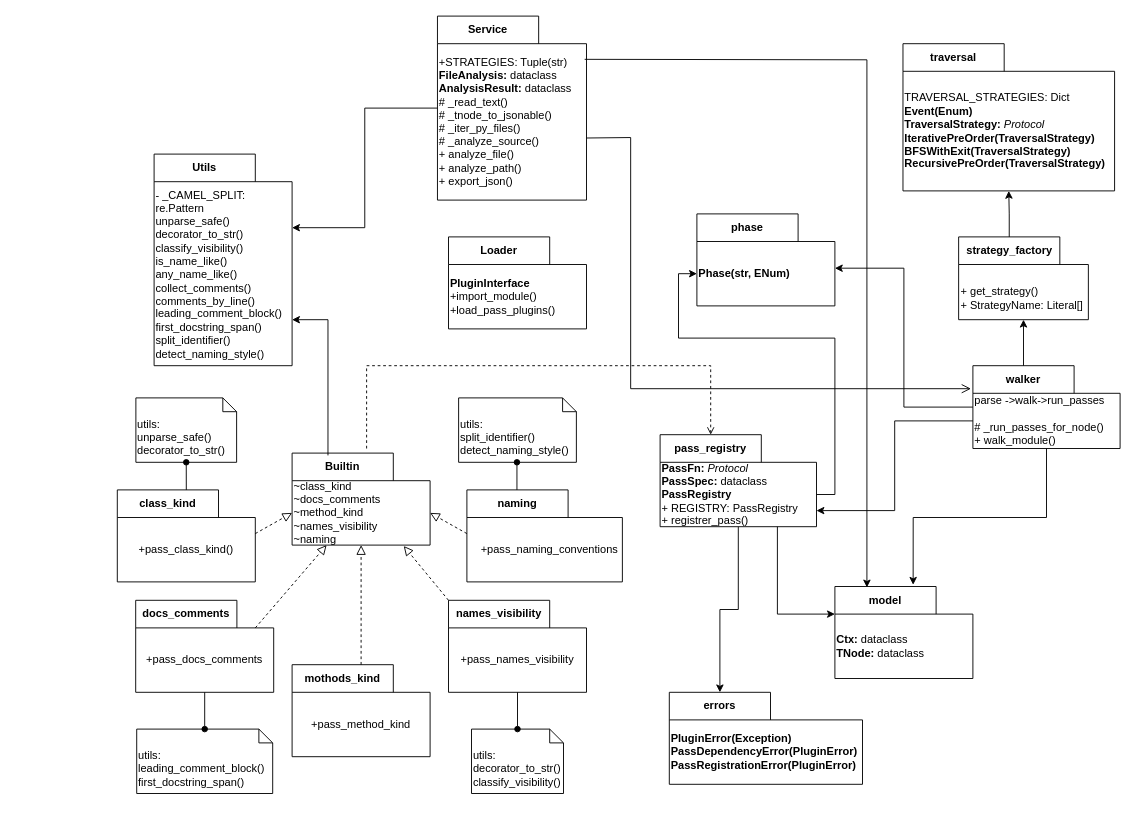
IsabelaYabe/TccLatex keeps this draw.io diagram as page "ast_api_package" (1 of 9) of drawio/AST_Model_Plugins.drawio. Above is the earlier version. Source tidied: cells renumbered, new cells numbered last; positions are measured from the earlier drawing's top-left corner, leaving out a move shared by most shapes. Both pictures are drawn from the tidied source at 92%, with x=0, y=0 at pixel (117, 16).
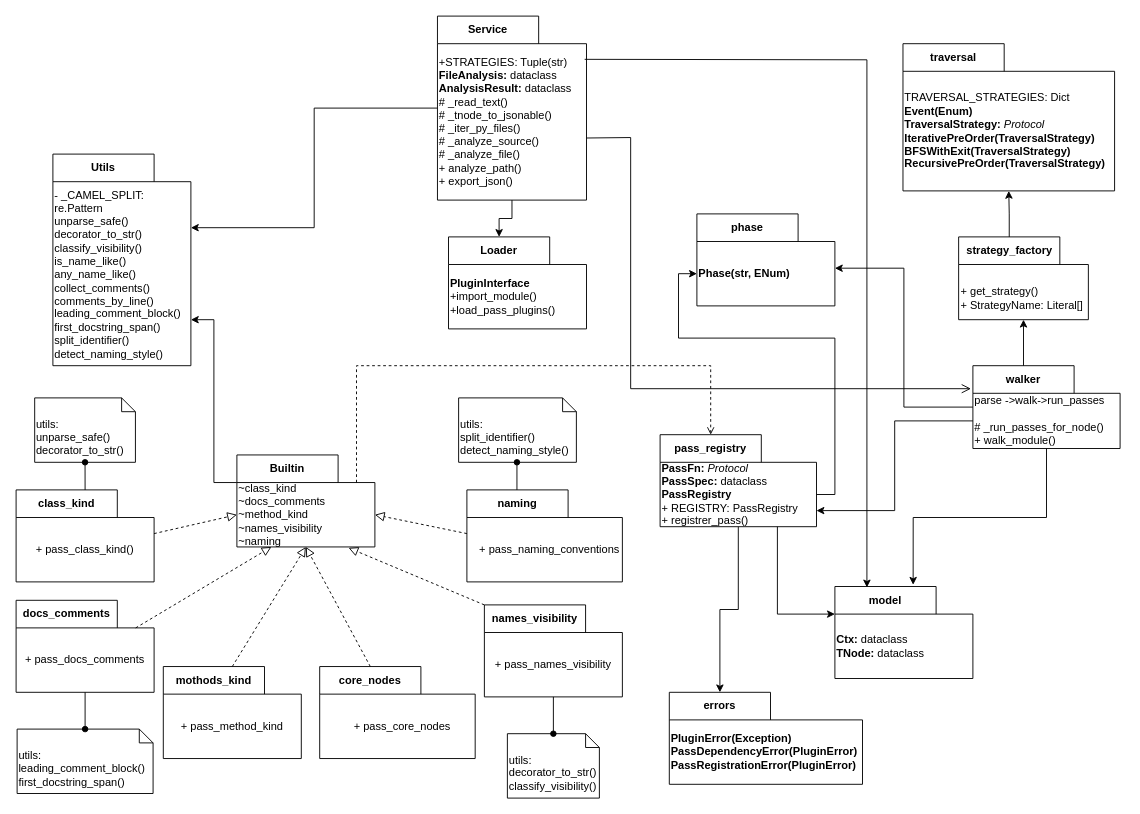
The same page after the edit.

The change refers to these unchanged cells:
```xml
<mxCell id="6" value="pass_registry" style="shape=folder;fontStyle=1;tabWidth=110;tabHeight=30;tabPosition=left;html=1;boundedLbl=1;labelInHeader=1;whiteSpace=wrap;" parent="1" vertex="1">
  <mxGeometry x="590" y="455" width="170" height="100" as="geometry" />
</mxCell>
<mxCell id="24" value="Loader" style="shape=folder;fontStyle=1;tabWidth=110;tabHeight=30;tabPosition=left;html=1;boundedLbl=1;labelInHeader=1;whiteSpace=wrap;" parent="1" vertex="1">
  <mxGeometry x="360" y="240" width="150" height="100" as="geometry" />
</mxCell>
<mxCell id="30" value="&lt;span style=&quot;text-align: left;&quot;&gt;naming&lt;/span&gt;" style="shape=folder;fontStyle=1;tabWidth=110;tabHeight=30;tabPosition=left;html=1;boundedLbl=1;labelInHeader=1;whiteSpace=wrap;" parent="1" vertex="1">
  <mxGeometry x="380" y="515" width="169" height="100" as="geometry" />
</mxCell>
<mxCell id="54" value="Service" style="shape=folder;fontStyle=1;tabWidth=110;tabHeight=30;tabPosition=left;html=1;boundedLbl=1;labelInHeader=1;whiteSpace=wrap;" parent="1" vertex="1">
  <mxGeometry x="348" width="162" height="200" as="geometry" />
</mxCell>
```

Change to the diagram source:
```diff
@@
     <mxCell id="26" value="Builtin" style="shape=folder;fontStyle=1;tabWidth=110;tabHeight=30;tabPosition=left;html=1;boundedLbl=1;labelInHeader=1;whiteSpace=wrap;" parent="1" vertex="1">
-      <mxGeometry x="190" y="475" width="150" height="100" as="geometry" />
+      <mxGeometry x="130" y="477" width="150" height="100" as="geometry" />
     </mxCell>
@@
     <mxCell id="28" value="names_visibility" style="shape=folder;fontStyle=1;tabWidth=110;tabHeight=30;tabPosition=left;html=1;boundedLbl=1;labelInHeader=1;whiteSpace=wrap;" parent="1" vertex="1">
-      <mxGeometry x="360" y="635" width="150" height="100" as="geometry" />
+      <mxGeometry x="399" y="640" width="150" height="100" as="geometry" />
     </mxCell>
-    <mxCell id="29" value="+pass_names_visibility" style="html=1;strokeColor=none;fillColor=none;whiteSpace=wrap;" parent="28" vertex="1">
+    <mxCell id="29" value="+ pass_names_visibility" style="html=1;strokeColor=none;fillColor=none;whiteSpace=wrap;" parent="28" vertex="1">
       <mxGeometry width="150" height="70" relative="1" as="geometry">
         <mxPoint y="30" as="offset" />
       </mxGeometry>
     </mxCell>
@@
-    <mxCell id="31" value="+pass_naming_conventions" style="html=1;strokeColor=none;fillColor=none;whiteSpace=wrap;" parent="30" vertex="1">
+    <mxCell id="31" value="+ pass_naming_conventions" style="html=1;strokeColor=none;fillColor=none;whiteSpace=wrap;" parent="30" vertex="1">
       <mxGeometry width="180.27" height="70" relative="1" as="geometry">
         <mxPoint y="30" as="offset" />
       </mxGeometry>
     </mxCell>
     <mxCell id="32" value="&lt;span style=&quot;text-align: left;&quot;&gt;class_kind&lt;/span&gt;" style="shape=folder;fontStyle=1;tabWidth=110;tabHeight=30;tabPosition=left;html=1;boundedLbl=1;labelInHeader=1;whiteSpace=wrap;" parent="1" vertex="1">
-      <mxGeometry y="515" width="150" height="100" as="geometry" />
+      <mxGeometry x="-110" y="515" width="150" height="100" as="geometry" />
     </mxCell>
-    <mxCell id="33" value="+pass_class_kind()" style="html=1;strokeColor=none;fillColor=none;whiteSpace=wrap;" parent="32" vertex="1">
+    <mxCell id="33" value="+ pass_class_kind()" style="html=1;strokeColor=none;fillColor=none;whiteSpace=wrap;" parent="32" vertex="1">
       <mxGeometry width="150" height="70" relative="1" as="geometry">
         <mxPoint y="30" as="offset" />
       </mxGeometry>
     </mxCell>
     <mxCell id="34" value="&lt;span style=&quot;text-align: left;&quot;&gt;docs_comments&lt;/span&gt;" style="shape=folder;fontStyle=1;tabWidth=110;tabHeight=30;tabPosition=left;html=1;boundedLbl=1;labelInHeader=1;whiteSpace=wrap;" parent="1" vertex="1">
-      <mxGeometry x="20" y="635" width="150" height="100" as="geometry" />
+      <mxGeometry x="-110" y="635" width="150" height="100" as="geometry" />
     </mxCell>
-    <mxCell id="35" value="+pass_docs_comments" style="html=1;strokeColor=none;fillColor=none;whiteSpace=wrap;" parent="34" vertex="1">
+    <mxCell id="35" value="+ pass_docs_comments" style="html=1;strokeColor=none;fillColor=none;whiteSpace=wrap;" parent="34" vertex="1">
       <mxGeometry width="150" height="70" relative="1" as="geometry">
         <mxPoint y="30" as="offset" />
       </mxGeometry>
     </mxCell>
     <mxCell id="36" value="&lt;span style=&quot;text-align: left;&quot;&gt;mothods_kind&lt;/span&gt;" style="shape=folder;fontStyle=1;tabWidth=110;tabHeight=30;tabPosition=left;html=1;boundedLbl=1;labelInHeader=1;whiteSpace=wrap;" parent="1" vertex="1">
-      <mxGeometry x="190" y="705" width="150" height="100" as="geometry" />
+      <mxGeometry x="50" y="707" width="150" height="100" as="geometry" />
     </mxCell>
-    <mxCell id="37" value="+pass_method_kind" style="html=1;strokeColor=none;fillColor=none;whiteSpace=wrap;" parent="36" vertex="1">
+    <mxCell id="37" value="+ pass_method_kind" style="html=1;strokeColor=none;fillColor=none;whiteSpace=wrap;" parent="36" vertex="1">
       <mxGeometry width="150" height="70" relative="1" as="geometry">
         <mxPoint y="30" as="offset" />
       </mxGeometry>
     </mxCell>
@@
     <mxCell id="44" value="utils:&lt;div&gt;decorator_to_str()&lt;/div&gt;&lt;div style=&quot;&quot;&gt;classify_visibility()&lt;/div&gt;" style="shape=note2;boundedLbl=1;whiteSpace=wrap;html=1;size=15;verticalAlign=top;align=left;" parent="1" vertex="1">
-      <mxGeometry x="385" y="775" width="100" height="70" as="geometry" />
+      <mxGeometry x="424" y="780" width="100" height="70" as="geometry" />
     </mxCell>
     <mxCell id="45" value="utils:&lt;div&gt;unparse_safe()&lt;br&gt;&lt;div&gt;decorator_to_str()&lt;/div&gt;&lt;/div&gt;" style="shape=note2;boundedLbl=1;whiteSpace=wrap;html=1;size=15;verticalAlign=top;align=left;" parent="1" vertex="1">
-      <mxGeometry x="20.2" y="415" width="109.5" height="70" as="geometry" />
+      <mxGeometry x="-89.8" y="415" width="109.5" height="70" as="geometry" />
     </mxCell>
     <mxCell id="46" value="utils:&lt;div&gt;leading_comment_block()&lt;/div&gt;&lt;div&gt;&lt;span style=&quot;background-color: transparent; color: light-dark(rgb(0, 0, 0), rgb(255, 255, 255));&quot;&gt;first_docstring_span()&lt;/span&gt;&lt;/div&gt;" style="shape=note2;boundedLbl=1;whiteSpace=wrap;html=1;size=15;verticalAlign=top;align=left;" parent="1" vertex="1">
-      <mxGeometry x="21.1" y="775" width="147.8" height="70" as="geometry" />
+      <mxGeometry x="-108.9" y="775" width="147.8" height="70" as="geometry" />
     </mxCell>
@@
     <mxCell id="49" style="endArrow=none;html=1;rounded=0;align=center;verticalAlign=top;endFill=0;labelBackgroundColor=none;endSize=6;startArrow=oval;startFill=1;exitX=0.5;exitY=1;exitDx=0;exitDy=0;exitPerimeter=0;" parent="1" edge="1" source="45">
       <mxGeometry relative="1" as="geometry">
-        <mxPoint x="75" y="515" as="targetPoint" />
+        <mxPoint x="-35" y="515" as="targetPoint" />
       </mxGeometry>
     </mxCell>
@@
     <mxCell id="51" value="Utils" style="shape=folder;fontStyle=1;tabWidth=110;tabHeight=30;tabPosition=left;html=1;boundedLbl=1;labelInHeader=1;whiteSpace=wrap;" parent="1" vertex="1">
-      <mxGeometry x="40" y="150" width="150" height="230" as="geometry" />
+      <mxGeometry x="-70" y="150" width="150" height="230" as="geometry" />
     </mxCell>
@@
-    <mxCell id="53" style="html=1;verticalAlign=bottom;labelBackgroundColor=none;endArrow=open;endFill=0;dashed=1;rounded=0;entryX=0;entryY=0;entryDx=55;entryDy=0;entryPerimeter=0;" parent="1" edge="1" target="6">
+    <mxCell id="53" style="html=1;verticalAlign=bottom;labelBackgroundColor=none;endArrow=open;endFill=0;dashed=1;rounded=0;entryX=0;entryY=0;entryDx=55;entryDy=0;entryPerimeter=0;exitX=0;exitY=0;exitDx=130;exitDy=30;exitPerimeter=0;" parent="1" edge="1" source="26" target="6">
       <mxGeometry relative="1" as="geometry">
-        <mxPoint x="271" y="470" as="sourcePoint" />
         <Array as="points">
-          <mxPoint x="271" y="380" />
+          <mxPoint x="260" y="380" />
           <mxPoint x="645" y="380" />
         </Array>
       </mxGeometry>
     </mxCell>
@@
-    <mxCell id="55" value="&lt;div&gt;+STRATEGIES: Tuple(str)&lt;/div&gt;&lt;div&gt;&lt;b&gt;FileAnalysis:&lt;/b&gt; dataclass&lt;/div&gt;&lt;div&gt;&lt;b&gt;AnalysisResult:&lt;/b&gt; dataclass&lt;/div&gt;&lt;div&gt;# _read_text()&lt;/div&gt;&lt;div&gt;# _tnode_to_jsonable()&lt;/div&gt;&lt;div&gt;# _iter_py_files()&lt;/div&gt;&lt;div&gt;# _analyze_source()&lt;/div&gt;&lt;div&gt;+ analyze_file()&lt;/div&gt;&lt;div&gt;+ analyze_path()&lt;/div&gt;&lt;div&gt;+ export_json()&lt;/div&gt;" style="html=1;strokeColor=none;fillColor=none;whiteSpace=wrap;align=left;" parent="54" vertex="1">
+    <mxCell id="55" value="&lt;div&gt;+STRATEGIES: Tuple(str)&lt;/div&gt;&lt;div&gt;&lt;b&gt;FileAnalysis:&lt;/b&gt; dataclass&lt;/div&gt;&lt;div&gt;&lt;b&gt;AnalysisResult:&lt;/b&gt; dataclass&lt;/div&gt;&lt;div&gt;# _read_text()&lt;/div&gt;&lt;div&gt;# _tnode_to_jsonable()&lt;/div&gt;&lt;div&gt;# _iter_py_files()&lt;/div&gt;&lt;div&gt;# _analyze_source()&lt;/div&gt;&lt;div&gt;# _analyze_file()&lt;/div&gt;&lt;div&gt;+ analyze_path()&lt;/div&gt;&lt;div&gt;+ export_json()&lt;/div&gt;" style="html=1;strokeColor=none;fillColor=none;whiteSpace=wrap;align=left;" parent="54" vertex="1">
       <mxGeometry width="162.8" height="170" relative="1" as="geometry">
         <mxPoint y="30" as="offset" />
       </mxGeometry>
     </mxCell>
@@
-    <mxCell id="59" style="edgeStyle=orthogonalEdgeStyle;rounded=0;jettySize=auto;html=1;entryX=0;entryY=0;entryDx=150;entryDy=180;entryPerimeter=0;exitX=0.26;exitY=0.025;exitDx=0;exitDy=0;exitPerimeter=0;" parent="1" edge="1" source="26" target="51">
+    <mxCell id="59" style="edgeStyle=orthogonalEdgeStyle;rounded=0;jettySize=auto;html=1;entryX=0;entryY=0;entryDx=150;entryDy=180;entryPerimeter=0;exitX=0;exitY=0;exitDx=0;exitDy=30;exitPerimeter=0;" parent="1" edge="1" source="26" target="51">
       <mxGeometry relative="1" as="geometry" />
     </mxCell>
+    <mxCell id="60" style="edgeStyle=orthogonalEdgeStyle;rounded=0;jettySize=auto;html=1;entryX=0;entryY=0;entryDx=55;entryDy=0;entryPerimeter=0;exitX=0.5;exitY=1;exitDx=0;exitDy=0;exitPerimeter=0;" parent="1" edge="1" source="54" target="24">
+      <mxGeometry relative="1" as="geometry" />
+    </mxCell>
+    <mxCell id="61" value="&lt;span style=&quot;text-align: left;&quot;&gt;core_nodes&lt;/span&gt;" style="shape=folder;fontStyle=1;tabWidth=110;tabHeight=30;tabPosition=left;html=1;boundedLbl=1;labelInHeader=1;whiteSpace=wrap;" parent="1" vertex="1">
+      <mxGeometry x="220" y="707" width="169" height="100" as="geometry" />
+    </mxCell>
+    <mxCell id="62" value="+ pass_core_nodes" style="html=1;strokeColor=none;fillColor=none;whiteSpace=wrap;" parent="61" vertex="1">
+      <mxGeometry width="180.27" height="70" relative="1" as="geometry">
+        <mxPoint y="30" as="offset" />
+      </mxGeometry>
+    </mxCell>
+    <mxCell id="63" style="endArrow=block;startArrow=none;endFill=0;startFill=0;endSize=8;html=1;verticalAlign=bottom;dashed=1;labelBackgroundColor=none;rounded=0;exitX=0;exitY=0;exitDx=55;exitDy=0;exitPerimeter=0;entryX=0.5;entryY=1;entryDx=0;entryDy=0;entryPerimeter=0;" parent="1" edge="1" source="61" target="26">
+      <mxGeometry relative="1" as="geometry" />
+    </mxCell>
```
